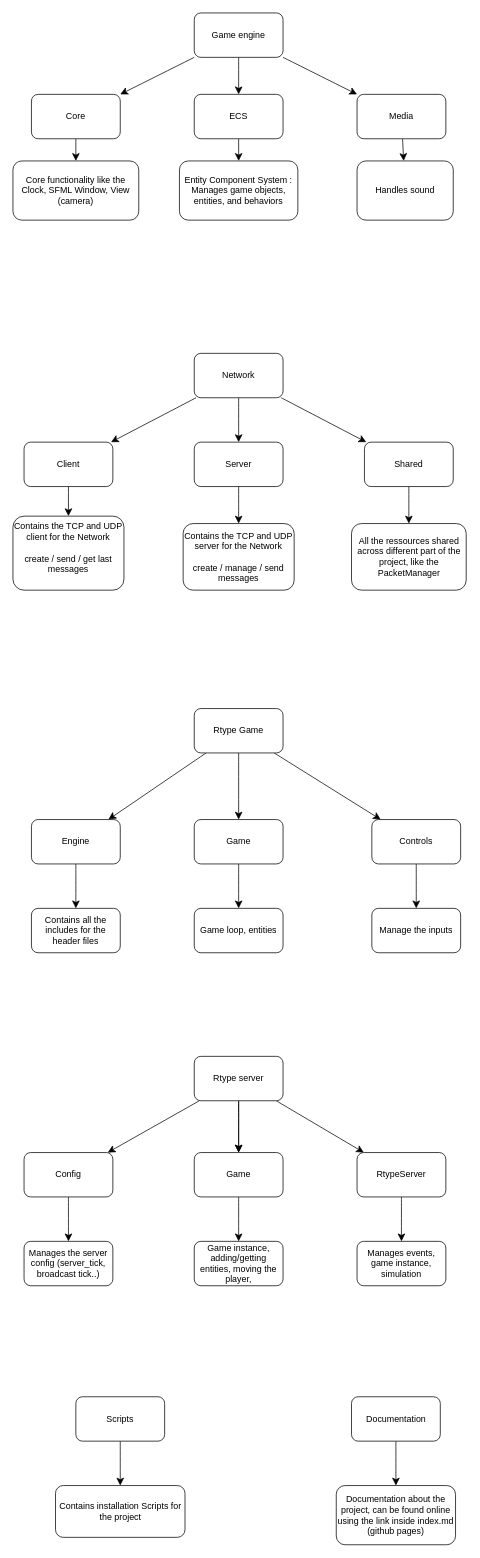
cinemaSkrillex/R-Teh keeps this draw.io diagram as documentation/developper/repository_structure/repository_structure_diagram.drawio. Above is the earlier version. Source tidied: cells renumbered, new cells numbered last; positions are measured from the earlier drawing's top-left corner, leaving out a move shared by most shapes. Both pictures are drawn from the tidied source at 74%, with x=0, y=0 at pixel (13, 13).
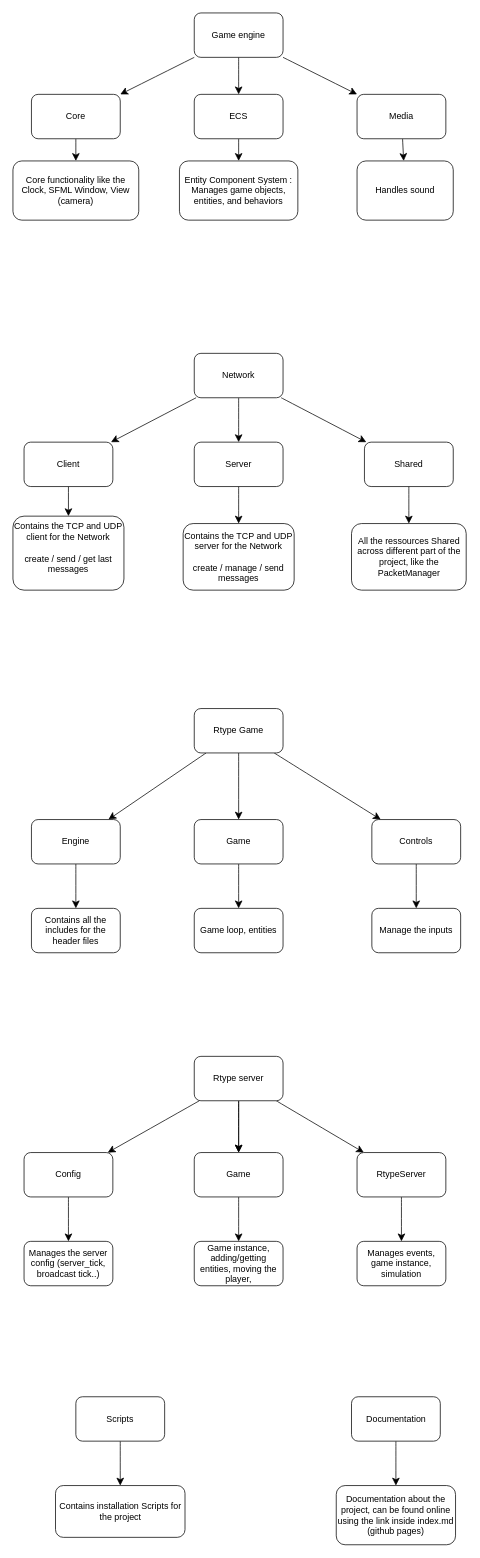
The same page after the edit.

Change to the diagram source:
```diff
@@
-    <mxCell id="40" value="All the ressources shared across different part of the project, like the PacketManager" style="whiteSpace=wrap;html=1;rounded=1;" parent="1" vertex="1">
+    <mxCell id="40" value="All the ressources Shared across different part of the project, like the PacketManager" style="whiteSpace=wrap;html=1;rounded=1;" parent="1" vertex="1">
       <mxGeometry x="457.5" y="690" width="155" height="90" as="geometry" />
     </mxCell>
```
